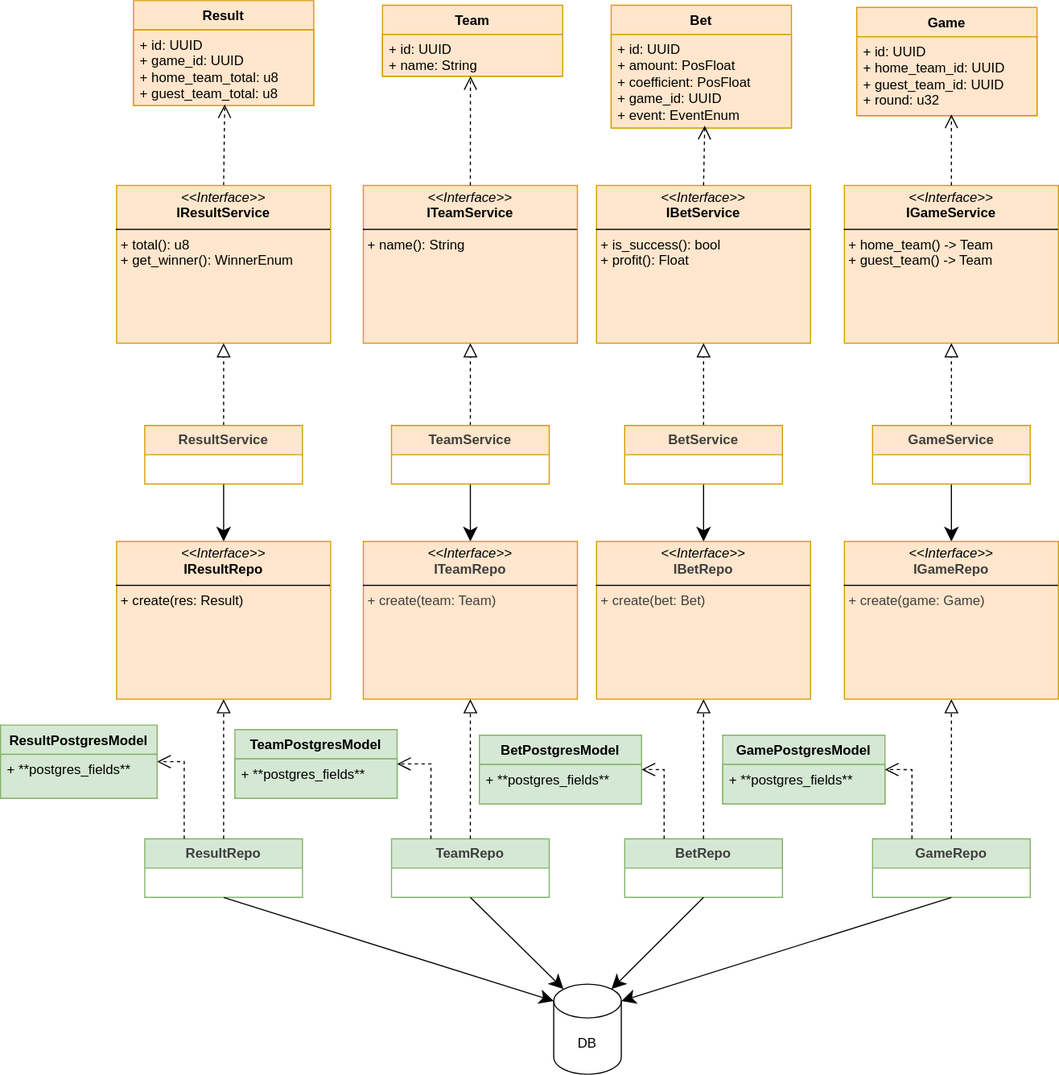
Before: report/img/UML.svg, a diagram exported from draw.io (AnGREATern/RomBet). Source tidied: cells renumbered, new cells last; positions are measured from the earlier drawing's top-left corner, leaving out a move shared by most shapes.
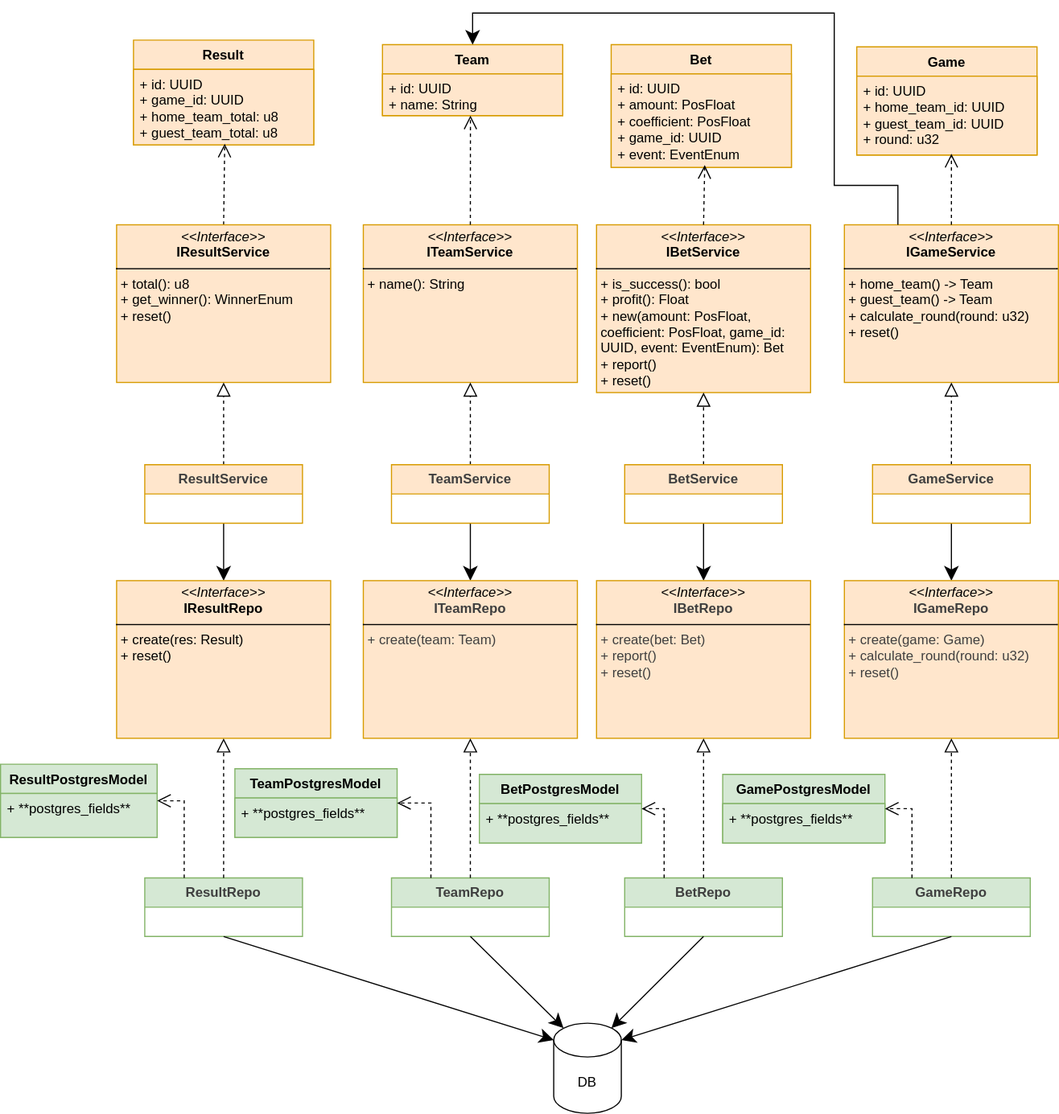
After the change.

Change to the diagram source:
```diff
@@ -29,16 +29,16 @@
     <mxCell id="10" style="edgeStyle=none;html=1;exitX=0.5;exitY=0;exitDx=0;exitDy=0;entryX=0.506;entryY=0.985;entryDx=0;entryDy=0;entryPerimeter=0;dashed=1;endArrow=open;endFill=0;targetPerimeterSpacing=0;endSize=10;startSize=6;" parent="1" edge="1" source="11" target="9">
       <mxGeometry relative="1" as="geometry" />
     </mxCell>
-    <mxCell id="11" value="&lt;p style=&quot;margin:0px;margin-top:4px;text-align:center;&quot;&gt;&lt;i&gt;&amp;lt;&amp;lt;Interface&amp;gt;&amp;gt;&lt;/i&gt;&lt;br&gt;&lt;b&gt;IResultService&lt;/b&gt;&lt;/p&gt;&lt;hr size=&quot;1&quot; style=&quot;border-style:solid;&quot;&gt;&lt;p style=&quot;margin:0px;margin-left:4px;&quot;&gt;&lt;/p&gt;&lt;p style=&quot;margin:0px;margin-left:4px;&quot;&gt;+ total(): u8&lt;br&gt;+ get_winner(): WinnerEnum&lt;/p&gt;" style="verticalAlign=top;align=left;overflow=fill;html=1;whiteSpace=wrap;fillColor=#ffe6cc;strokeColor=#d79b00;" parent="1" vertex="1">
+    <mxCell id="11" value="&lt;p style=&quot;margin:0px;margin-top:4px;text-align:center;&quot;&gt;&lt;i&gt;&amp;lt;&amp;lt;Interface&amp;gt;&amp;gt;&lt;/i&gt;&lt;br&gt;&lt;b&gt;IResultService&lt;/b&gt;&lt;/p&gt;&lt;hr size=&quot;1&quot; style=&quot;border-style:solid;&quot;&gt;&lt;p style=&quot;margin:0px;margin-left:4px;&quot;&gt;&lt;/p&gt;&lt;p style=&quot;margin:0px;margin-left:4px;&quot;&gt;+ total(): u8&lt;br&gt;+ get_winner(): WinnerEnum&lt;/p&gt;&lt;p style=&quot;margin:0px;margin-left:4px;&quot;&gt;+ reset()&lt;/p&gt;" style="verticalAlign=top;align=left;overflow=fill;html=1;whiteSpace=wrap;fillColor=#ffe6cc;strokeColor=#d79b00;" parent="1" vertex="1">
       <mxGeometry x="103" y="164" width="190" height="140" as="geometry" />
     </mxCell>
-    <mxCell id="12" value="&lt;p style=&quot;margin:0px;margin-top:4px;text-align:center;&quot;&gt;&lt;i&gt;&amp;lt;&amp;lt;Interface&amp;gt;&amp;gt;&lt;/i&gt;&lt;br&gt;&lt;b&gt;ITeamService&lt;/b&gt;&lt;/p&gt;&lt;hr size=&quot;1&quot; style=&quot;border-style:solid;&quot;&gt;&lt;p style=&quot;margin:0px;margin-left:4px;&quot;&gt;&lt;/p&gt;&lt;p style=&quot;margin:0px;margin-left:4px;&quot;&gt;+ name(): String&lt;br&gt;&lt;/p&gt;" style="verticalAlign=top;align=left;overflow=fill;html=1;whiteSpace=wrap;fillColor=#ffe6cc;strokeColor=#d79b00;" parent="1" vertex="1">
+    <mxCell id="12" value="&lt;p style=&quot;margin:0px;margin-top:4px;text-align:center;&quot;&gt;&lt;i&gt;&amp;lt;&amp;lt;Interface&amp;gt;&amp;gt;&lt;/i&gt;&lt;br&gt;&lt;b&gt;ITeamService&lt;/b&gt;&lt;/p&gt;&lt;hr size=&quot;1&quot; style=&quot;border-style:solid;&quot;&gt;&lt;p style=&quot;margin:0px;margin-left:4px;&quot;&gt;&lt;/p&gt;&lt;p style=&quot;margin:0px;margin-left:4px;&quot;&gt;+ name(): String&lt;/p&gt;" style="verticalAlign=top;align=left;overflow=fill;html=1;whiteSpace=wrap;fillColor=#ffe6cc;strokeColor=#d79b00;" parent="1" vertex="1">
       <mxGeometry x="322" y="164" width="190" height="140" as="geometry" />
     </mxCell>
-    <mxCell id="13" value="&lt;p style=&quot;margin:0px;margin-top:4px;text-align:center;&quot;&gt;&lt;i&gt;&amp;lt;&amp;lt;Interface&amp;gt;&amp;gt;&lt;/i&gt;&lt;br&gt;&lt;b&gt;IBetService&lt;/b&gt;&lt;/p&gt;&lt;hr size=&quot;1&quot; style=&quot;border-style:solid;&quot;&gt;&lt;p style=&quot;margin:0px;margin-left:4px;&quot;&gt;&lt;/p&gt;&lt;p style=&quot;margin:0px;margin-left:4px;&quot;&gt;+ is_success(): bool&lt;/p&gt;&lt;p style=&quot;margin:0px;margin-left:4px;&quot;&gt;+ profit(): Float&lt;/p&gt;" style="verticalAlign=top;align=left;overflow=fill;html=1;whiteSpace=wrap;fillColor=#ffe6cc;strokeColor=#d79b00;" parent="1" vertex="1">
-      <mxGeometry x="529" y="164" width="190" height="140" as="geometry" />
+    <mxCell id="13" value="&lt;p style=&quot;margin:0px;margin-top:4px;text-align:center;&quot;&gt;&lt;i&gt;&amp;lt;&amp;lt;Interface&amp;gt;&amp;gt;&lt;/i&gt;&lt;br&gt;&lt;b&gt;IBetService&lt;/b&gt;&lt;/p&gt;&lt;hr size=&quot;1&quot; style=&quot;border-style:solid;&quot;&gt;&lt;p style=&quot;margin:0px;margin-left:4px;&quot;&gt;&lt;/p&gt;&lt;p style=&quot;margin:0px;margin-left:4px;&quot;&gt;+ is_success(): bool&lt;/p&gt;&lt;p style=&quot;margin:0px;margin-left:4px;&quot;&gt;+ profit(): Float&lt;/p&gt;&lt;p style=&quot;margin:0px;margin-left:4px;&quot;&gt;+ new(amount: PosFloat, coefficient: PosFloat, game_id: UUID, event: EventEnum): Bet&lt;/p&gt;&lt;p style=&quot;margin:0px;margin-left:4px;&quot;&gt;+ report()&lt;/p&gt;&lt;p style=&quot;margin:0px;margin-left:4px;&quot;&gt;+ reset()&lt;/p&gt;" style="verticalAlign=top;align=left;overflow=fill;html=1;whiteSpace=wrap;fillColor=#ffe6cc;strokeColor=#d79b00;" parent="1" vertex="1">
+      <mxGeometry x="529" y="164" width="190" height="149" as="geometry" />
     </mxCell>
-    <mxCell id="14" value="&lt;p style=&quot;margin:0px;margin-top:4px;text-align:center;&quot;&gt;&lt;i&gt;&amp;lt;&amp;lt;Interface&amp;gt;&amp;gt;&lt;/i&gt;&lt;br&gt;&lt;b&gt;IGameService&lt;/b&gt;&lt;/p&gt;&lt;hr size=&quot;1&quot; style=&quot;border-style:solid;&quot;&gt;&lt;p style=&quot;margin:0px;margin-left:4px;&quot;&gt;&lt;/p&gt;&lt;p style=&quot;margin:0px;margin-left:4px;&quot;&gt;+ home_team() -&amp;gt; Team&lt;/p&gt;&lt;p style=&quot;margin:0px;margin-left:4px;&quot;&gt;+ guest_team() -&amp;gt; Team&lt;/p&gt;" style="verticalAlign=top;align=left;overflow=fill;html=1;whiteSpace=wrap;fillColor=#ffe6cc;strokeColor=#d79b00;" parent="1" vertex="1">
+    <mxCell id="14" value="&lt;p style=&quot;margin:0px;margin-top:4px;text-align:center;&quot;&gt;&lt;i&gt;&amp;lt;&amp;lt;Interface&amp;gt;&amp;gt;&lt;/i&gt;&lt;br&gt;&lt;b&gt;IGameService&lt;/b&gt;&lt;/p&gt;&lt;hr size=&quot;1&quot; style=&quot;border-style:solid;&quot;&gt;&lt;p style=&quot;margin:0px;margin-left:4px;&quot;&gt;&lt;/p&gt;&lt;p style=&quot;margin:0px;margin-left:4px;&quot;&gt;+ home_team() -&amp;gt; Team&lt;/p&gt;&lt;p style=&quot;margin:0px;margin-left:4px;&quot;&gt;+ guest_team() -&amp;gt; Team&lt;/p&gt;&lt;p style=&quot;margin:0px;margin-left:4px;&quot;&gt;+ calculate_round(round: u32)&lt;/p&gt;&lt;p style=&quot;margin:0px;margin-left:4px;&quot;&gt;+ reset()&lt;/p&gt;" style="verticalAlign=top;align=left;overflow=fill;html=1;whiteSpace=wrap;fillColor=#ffe6cc;strokeColor=#d79b00;" parent="1" vertex="1">
       <mxGeometry x="749" y="164" width="190" height="140" as="geometry" />
     </mxCell>
     <mxCell id="15" style="edgeStyle=none;html=1;exitX=0.5;exitY=0;exitDx=0;exitDy=0;entryX=0.488;entryY=1;entryDx=0;entryDy=0;entryPerimeter=0;dashed=1;endArrow=open;endFill=0;targetPerimeterSpacing=0;endSize=10;startSize=6;" parent="1" edge="1" source="12" target="3">
@@ -86,16 +86,16 @@
     <mxCell id="29" value="&lt;b style=&quot;color: rgb(63, 63, 63); scrollbar-color: light-dark(#e2e2e2, #4b4b4b)&lt;br/&gt;&#9;&#9;&#9;&#9;&#9;light-dark(#fbfbfb, var(--dark-panel-color));&quot;&gt;GameService&lt;/b&gt;" style="swimlane;fontStyle=0;horizontal=1;startSize=26;fillColor=#ffe6cc;whiteSpace=wrap;html=1;strokeColor=#d79b00;" parent="1" vertex="1">
       <mxGeometry x="774" y="377" width="140" height="52" as="geometry" />
     </mxCell>
-    <mxCell id="30" value="&lt;p style=&quot;margin:0px;margin-top:4px;text-align:center;&quot;&gt;&lt;i&gt;&amp;lt;&amp;lt;Interface&amp;gt;&amp;gt;&lt;/i&gt;&lt;br&gt;&lt;b&gt;IResultRepo&lt;/b&gt;&lt;/p&gt;&lt;hr size=&quot;1&quot; style=&quot;border-style:solid;&quot;&gt;&lt;p style=&quot;margin:0px;margin-left:4px;&quot;&gt;&lt;/p&gt;&lt;p style=&quot;margin:0px;margin-left:4px;&quot;&gt;+ create(res: Result)&lt;/p&gt;" style="verticalAlign=top;align=left;overflow=fill;html=1;whiteSpace=wrap;fillColor=#ffe6cc;strokeColor=#d79b00;" parent="1" vertex="1">
+    <mxCell id="30" value="&lt;p style=&quot;margin:0px;margin-top:4px;text-align:center;&quot;&gt;&lt;i&gt;&amp;lt;&amp;lt;Interface&amp;gt;&amp;gt;&lt;/i&gt;&lt;br&gt;&lt;b&gt;IResultRepo&lt;/b&gt;&lt;/p&gt;&lt;hr size=&quot;1&quot; style=&quot;border-style:solid;&quot;&gt;&lt;p style=&quot;margin:0px;margin-left:4px;&quot;&gt;&lt;/p&gt;&lt;p style=&quot;margin:0px;margin-left:4px;&quot;&gt;+ create(res: Result)&lt;/p&gt;&lt;p style=&quot;margin:0px;margin-left:4px;&quot;&gt;+ reset()&lt;/p&gt;" style="verticalAlign=top;align=left;overflow=fill;html=1;whiteSpace=wrap;fillColor=#ffe6cc;strokeColor=#d79b00;" parent="1" vertex="1">
       <mxGeometry x="103" y="480" width="190" height="140" as="geometry" />
     </mxCell>
     <mxCell id="31" value="&lt;p style=&quot;margin:0px;margin-top:4px;text-align:center;&quot;&gt;&lt;i&gt;&amp;lt;&amp;lt;Interface&amp;gt;&amp;gt;&lt;/i&gt;&lt;br&gt;&lt;b style=&quot;color: rgb(63, 63, 63); scrollbar-color: light-dark(#e2e2e2, #4b4b4b)&lt;br/&gt;&#9;&#9;&#9;&#9;&#9;light-dark(#fbfbfb, var(--dark-panel-color));&quot;&gt;ITeamRepo&lt;/b&gt;&lt;br&gt;&lt;/p&gt;&lt;hr size=&quot;1&quot; style=&quot;border-style:solid;&quot;&gt;&lt;p style=&quot;margin:0px;margin-left:4px;&quot;&gt;&lt;/p&gt;&lt;p style=&quot;margin:0px;margin-left:4px;&quot;&gt;&lt;span style=&quot;color: rgb(63, 63, 63);&quot;&gt;+ create(team: Team)&lt;/span&gt;&lt;br&gt;&lt;/p&gt;" style="verticalAlign=top;align=left;overflow=fill;html=1;whiteSpace=wrap;fillColor=#ffe6cc;strokeColor=#d79b00;" parent="1" vertex="1">
       <mxGeometry x="322" y="480" width="190" height="140" as="geometry" />
     </mxCell>
-    <mxCell id="32" value="&lt;p style=&quot;margin:0px;margin-top:4px;text-align:center;&quot;&gt;&lt;i&gt;&amp;lt;&amp;lt;Interface&amp;gt;&amp;gt;&lt;/i&gt;&lt;br&gt;&lt;b style=&quot;color: rgb(63, 63, 63); scrollbar-color: light-dark(#e2e2e2, #4b4b4b)&lt;br/&gt;&#9;&#9;&#9;&#9;&#9;light-dark(#fbfbfb, var(--dark-panel-color));&quot;&gt;IBetRepo&lt;/b&gt;&lt;br&gt;&lt;/p&gt;&lt;hr size=&quot;1&quot; style=&quot;border-style:solid;&quot;&gt;&lt;p style=&quot;margin:0px;margin-left:4px;&quot;&gt;&lt;/p&gt;&lt;p style=&quot;margin:0px;margin-left:4px;&quot;&gt;&lt;span style=&quot;color: rgb(63, 63, 63);&quot;&gt;+ create(bet: Bet)&lt;/span&gt;&lt;br&gt;&lt;/p&gt;" style="verticalAlign=top;align=left;overflow=fill;html=1;whiteSpace=wrap;fillColor=#ffe6cc;strokeColor=#d79b00;" parent="1" vertex="1">
+    <mxCell id="32" value="&lt;p style=&quot;margin:0px;margin-top:4px;text-align:center;&quot;&gt;&lt;i&gt;&amp;lt;&amp;lt;Interface&amp;gt;&amp;gt;&lt;/i&gt;&lt;br&gt;&lt;b style=&quot;color: rgb(63, 63, 63); scrollbar-color: light-dark(#e2e2e2, #4b4b4b)&lt;br/&gt;&#9;&#9;&#9;&#9;&#9;light-dark(#fbfbfb, var(--dark-panel-color));&quot;&gt;IBetRepo&lt;/b&gt;&lt;br&gt;&lt;/p&gt;&lt;hr size=&quot;1&quot; style=&quot;border-style:solid;&quot;&gt;&lt;p style=&quot;margin:0px;margin-left:4px;&quot;&gt;&lt;/p&gt;&lt;p style=&quot;margin:0px;margin-left:4px;&quot;&gt;&lt;span style=&quot;color: rgb(63, 63, 63);&quot;&gt;+ create(bet: Bet)&lt;/span&gt;&lt;/p&gt;&lt;p style=&quot;margin:0px;margin-left:4px;&quot;&gt;&lt;span style=&quot;color: rgb(63, 63, 63);&quot;&gt;+ report()&lt;/span&gt;&lt;/p&gt;&lt;p style=&quot;margin:0px;margin-left:4px;&quot;&gt;&lt;span style=&quot;color: rgb(63, 63, 63);&quot;&gt;+ reset()&lt;/span&gt;&lt;/p&gt;" style="verticalAlign=top;align=left;overflow=fill;html=1;whiteSpace=wrap;fillColor=#ffe6cc;strokeColor=#d79b00;" parent="1" vertex="1">
       <mxGeometry x="529" y="480" width="190" height="140" as="geometry" />
     </mxCell>
-    <mxCell id="33" value="&lt;p style=&quot;margin:0px;margin-top:4px;text-align:center;&quot;&gt;&lt;i&gt;&amp;lt;&amp;lt;Interface&amp;gt;&amp;gt;&lt;/i&gt;&lt;br&gt;&lt;b style=&quot;color: rgb(63, 63, 63); scrollbar-color: light-dark(#e2e2e2, #4b4b4b)&lt;br/&gt;&#9;&#9;&#9;&#9;&#9;light-dark(#fbfbfb, var(--dark-panel-color));&quot;&gt;IGameRepo&lt;/b&gt;&lt;br&gt;&lt;/p&gt;&lt;hr size=&quot;1&quot; style=&quot;border-style:solid;&quot;&gt;&lt;p style=&quot;margin:0px;margin-left:4px;&quot;&gt;&lt;/p&gt;&lt;p style=&quot;margin:0px;margin-left:4px;&quot;&gt;&lt;span style=&quot;color: rgb(63, 63, 63);&quot;&gt;+ create(game: Game)&lt;/span&gt;&lt;br&gt;&lt;/p&gt;" style="verticalAlign=top;align=left;overflow=fill;html=1;whiteSpace=wrap;fillColor=#ffe6cc;strokeColor=#d79b00;" parent="1" vertex="1">
+    <mxCell id="33" value="&lt;p style=&quot;margin:0px;margin-top:4px;text-align:center;&quot;&gt;&lt;i&gt;&amp;lt;&amp;lt;Interface&amp;gt;&amp;gt;&lt;/i&gt;&lt;br&gt;&lt;b style=&quot;color: rgb(63, 63, 63); scrollbar-color: light-dark(#e2e2e2, #4b4b4b)&lt;br/&gt;&#9;&#9;&#9;&#9;&#9;light-dark(#fbfbfb, var(--dark-panel-color));&quot;&gt;IGameRepo&lt;/b&gt;&lt;br&gt;&lt;/p&gt;&lt;hr size=&quot;1&quot; style=&quot;border-style:solid;&quot;&gt;&lt;p style=&quot;margin:0px;margin-left:4px;&quot;&gt;&lt;/p&gt;&lt;p style=&quot;margin:0px;margin-left:4px;&quot;&gt;&lt;span style=&quot;color: rgb(63, 63, 63);&quot;&gt;+ create(game: Game)&lt;/span&gt;&lt;br&gt;&lt;/p&gt;&lt;p style=&quot;margin:0px;margin-left:4px;&quot;&gt;&lt;span style=&quot;color: rgb(63, 63, 63);&quot;&gt;&lt;span style=&quot;color: rgb(63, 63, 63);&quot;&gt;+ calculate_round(round: u32)&lt;/span&gt;&lt;br&gt;&lt;/span&gt;&lt;/p&gt;&lt;p style=&quot;margin:0px;margin-left:4px;&quot;&gt;&lt;span style=&quot;color: rgb(63, 63, 63);&quot;&gt;&lt;span style=&quot;color: rgb(63, 63, 63);&quot;&gt;+ reset()&lt;/span&gt;&lt;/span&gt;&lt;/p&gt;" style="verticalAlign=top;align=left;overflow=fill;html=1;whiteSpace=wrap;fillColor=#ffe6cc;strokeColor=#d79b00;" parent="1" vertex="1">
       <mxGeometry x="749" y="480" width="190" height="140" as="geometry" />
     </mxCell>
     <mxCell id="34" value="&lt;b style=&quot;color: rgb(63, 63, 63); scrollbar-color: light-dark(#e2e2e2, #4b4b4b)&lt;br/&gt;&#9;&#9;&#9;&#9;&#9;light-dark(#fbfbfb, var(--dark-panel-color));&quot;&gt;ResultRepo&lt;/b&gt;" style="swimlane;fontStyle=0;horizontal=1;startSize=26;fillColor=#d5e8d4;whiteSpace=wrap;html=1;strokeColor=#82b366;" parent="1" vertex="1">
@@ -173,5 +173,15 @@
     <mxCell id="58" style="edgeStyle=orthogonalEdgeStyle;html=1;entryX=1;entryY=0.5;entryDx=0;entryDy=0;dashed=1;endArrow=open;endFill=0;targetPerimeterSpacing=0;endSize=10;startSize=6;rounded=0;curved=0;exitX=0.25;exitY=0;exitDx=0;exitDy=0;" parent="1" edge="1" source="37" target="56">
       <mxGeometry relative="1" as="geometry" />
     </mxCell>
+    <mxCell id="59" style="edgeStyle=orthogonalEdgeStyle;html=1;exitX=0.25;exitY=0;exitDx=0;exitDy=0;entryX=0.5;entryY=0;entryDx=0;entryDy=0;endSize=10;rounded=0;" parent="1" edge="1" source="14" target="2">
+      <mxGeometry relative="1" as="geometry">
+        <Array as="points">
+          <mxPoint x="797" y="129" />
+          <mxPoint x="740" y="129" />
+          <mxPoint x="740" y="-24" />
+          <mxPoint x="419" y="-24" />
+        </Array>
+      </mxGeometry>
+    </mxCell>
   </root>
 </mxGraphModel>
```
